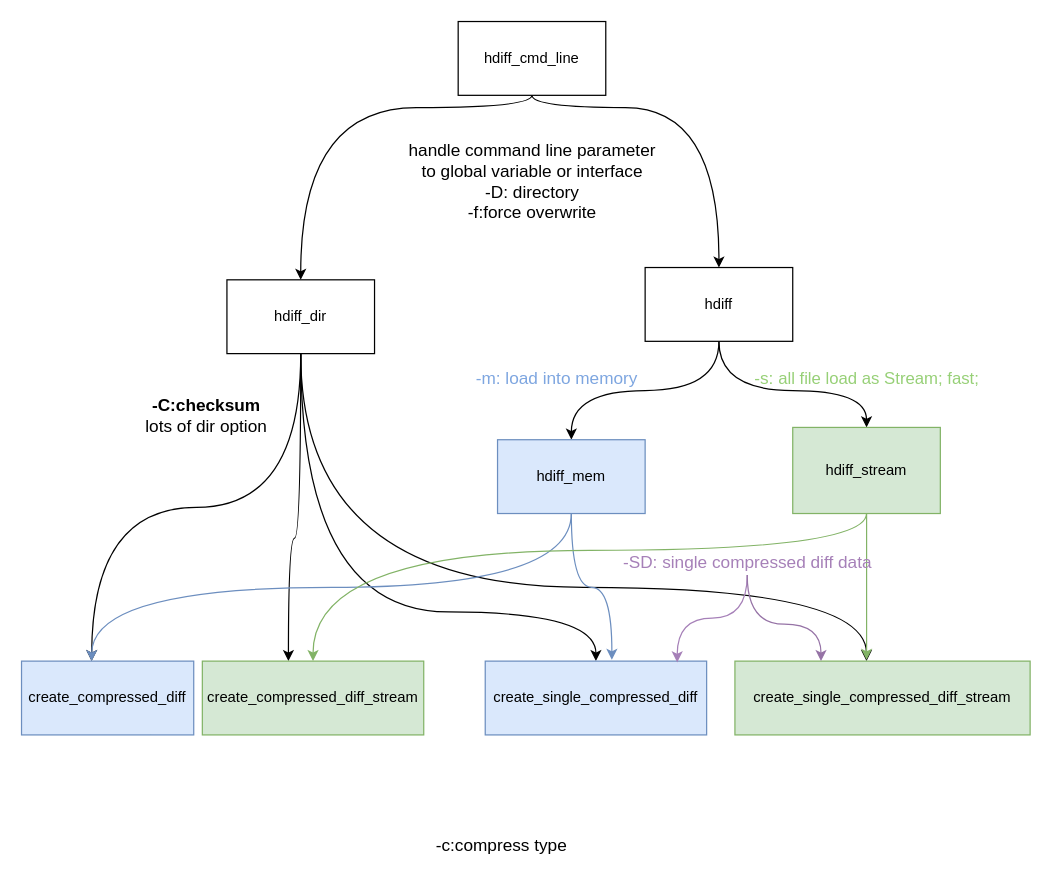
Above: Untitled Diagram.drawio in MyEnthusiastic/Unix-like-file-system (draw.io), before the change. Source tidied: cells renumbered, new cells numbered last; positions are measured from the earlier drawing's top-left corner, leaving out a move shared by most shapes. Both pictures are drawn from the tidied source at 123%, with x=0, y=0 at pixel (21, 21).
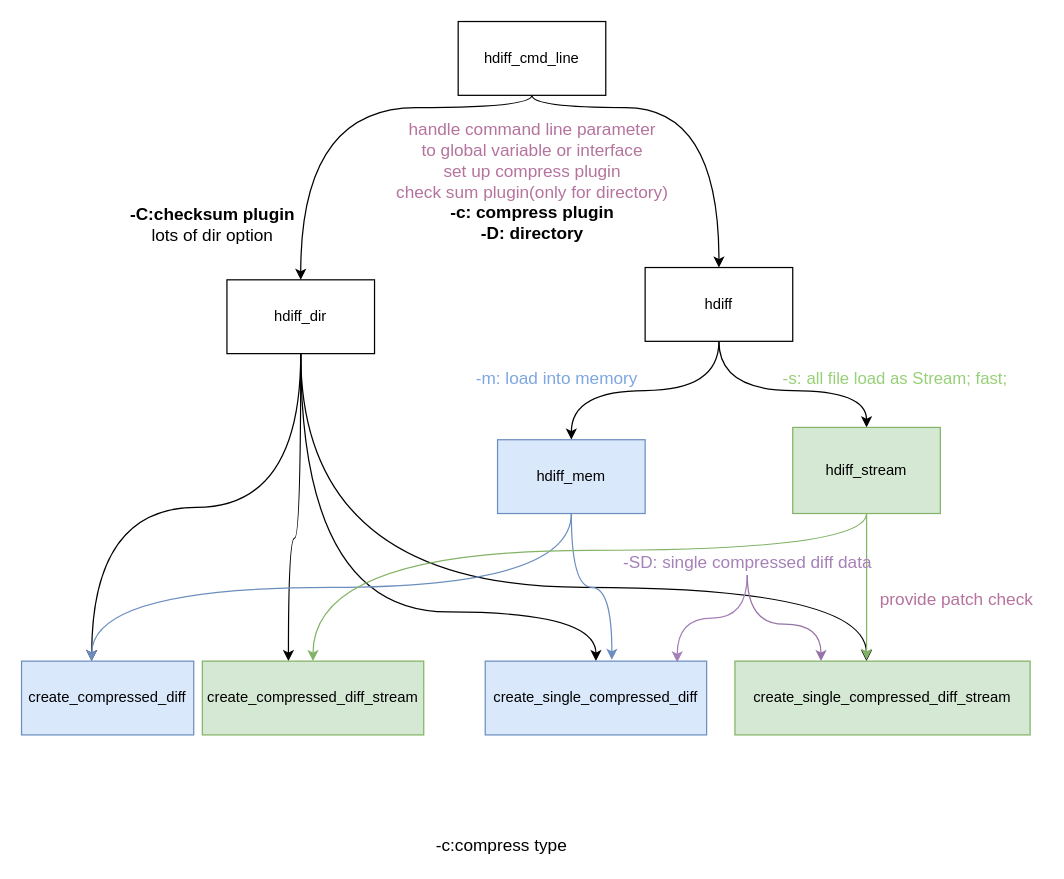
The same page after the edit.

Diff of the diagram source:
```diff
@@
-    <mxCell id="24" value="handle command line parameter &lt;br style=&quot;font-size: 14px&quot;&gt;to global variable or interface&lt;br&gt;-D: directory&lt;br&gt;-f:force overwrite" style="text;html=1;align=center;verticalAlign=middle;strokeColor=none;fontSize=14;" parent="1" vertex="1">
-      <mxGeometry x="305" y="95" width="220" height="70" as="geometry" />
+    <mxCell id="24" value="&lt;font color=&quot;#b5739d&quot;&gt;handle command line parameter &lt;br style=&quot;font-size: 14px&quot;&gt;to global variable or interface&lt;br&gt;set up compress plugin&lt;br&gt;check sum plugin(only for directory)&lt;br&gt;&lt;/font&gt;&lt;b&gt;-c: compress plugin&lt;/b&gt;&lt;br&gt;&lt;b&gt;-D: directory&lt;/b&gt;" style="text;html=1;align=center;verticalAlign=middle;strokeColor=none;fontSize=14;" parent="1" vertex="1">
+      <mxGeometry x="295" y="75" width="240" height="110" as="geometry" />
     </mxCell>
-    <mxCell id="25" value="&lt;b&gt;-C:checksum&lt;/b&gt;&lt;br&gt;lots of dir option" style="text;html=1;align=center;verticalAlign=middle;strokeColor=none;fontSize=14;" parent="1" vertex="1">
-      <mxGeometry x="95" y="300" width="110" height="40" as="geometry" />
+    <mxCell id="25" value="&lt;b&gt;-C:checksum plugin&lt;/b&gt;&lt;br&gt;lots of dir option" style="text;html=1;align=center;verticalAlign=middle;strokeColor=none;fontSize=14;" parent="1" vertex="1">
+      <mxGeometry x="80" y="145" width="150" height="40" as="geometry" />
     </mxCell>
@@
     <mxCell id="31" value="&lt;font&gt;-s:&amp;nbsp;&lt;span style=&quot;background-color: transparent ; font-size: 13.6px&quot;&gt;all file load as Stream; fast;&lt;/span&gt;&lt;/font&gt;" style="text;html=1;align=center;verticalAlign=middle;strokeColor=none;fontSize=14;fontColor=#97D077;" parent="1" vertex="1">
-      <mxGeometry x="587" y="280" width="200" height="20" as="geometry" />
+      <mxGeometry x="610" y="280" width="200" height="20" as="geometry" />
     </mxCell>
+    <mxCell id="32" value="&lt;font color=&quot;#b5739d&quot;&gt;provide patch check&lt;/font&gt;" style="text;html=1;align=center;verticalAlign=middle;strokeColor=none;fontSize=14;fontColor=#97D077;" parent="1" vertex="1">
+      <mxGeometry x="690" y="460" width="140" height="20" as="geometry" />
+    </mxCell>
```
